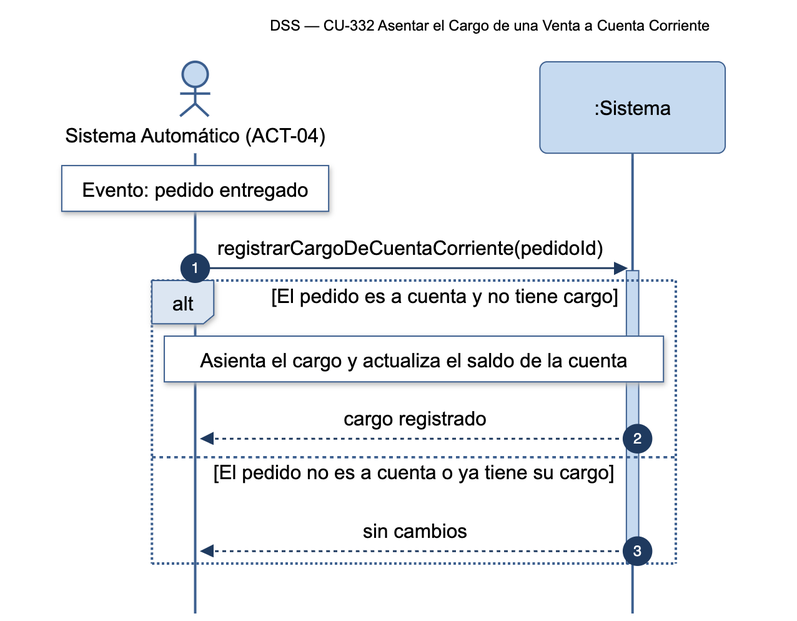
Before: diagramas/png/DSS_CU-332_Asentar-el-Cargo-de-una-Venta-a-Cuenta-Corriente.png, a diagram exported from Mermaid (Nahuelito-Dev/splg-docs). Its source is kept beside it as diagramas/DSS_CU-332_Asentar-el-Cargo-de-una-Venta-a-Cuenta-Corriente.mmd. Source of this version:
```mermaid
sequenceDiagram
    title DSS — CU-332 Asentar el Cargo de una Venta a Cuenta Corriente
    autonumber
    actor SAU as Sistema Automático (ACT-04)
    participant SIS as :Sistema

    Note over SAU: Evento: pedido entregado
    SAU->>SIS: registrarCargoDeCuentaCorriente(pedidoId)
    activate SIS
    alt El pedido es a cuenta y no tiene cargo
        Note over SAU,SIS: Asienta el cargo y actualiza el saldo de la cuenta
        SIS-->>SAU: cargo registrado
    else El pedido no es a cuenta o ya tiene su cargo
        SIS-->>SAU: sin cambios
    end
    deactivate SIS
```
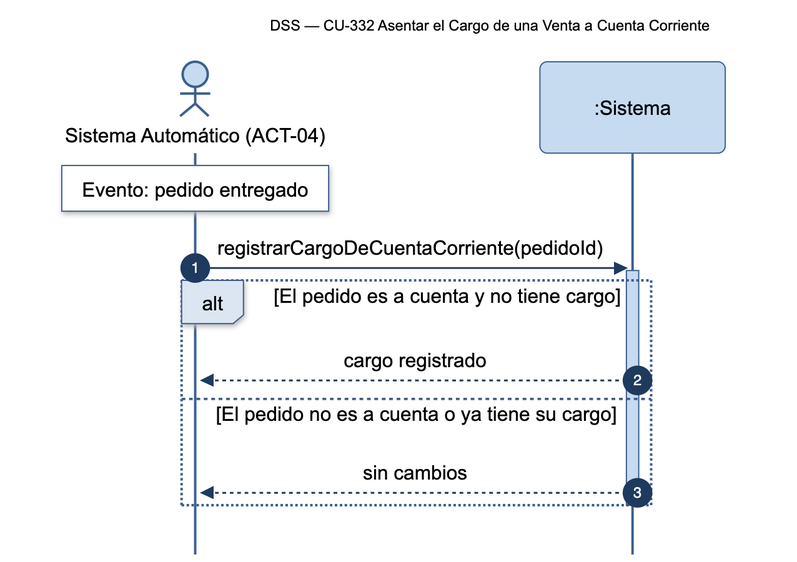
After the commit.

Diff of the diagram source:
```diff
@@ -8,7 +8,6 @@
     SAU->>SIS: registrarCargoDeCuentaCorriente(pedidoId)
     activate SIS
     alt El pedido es a cuenta y no tiene cargo
-        Note over SAU,SIS: Asienta el cargo y actualiza el saldo de la cuenta
         SIS-->>SAU: cargo registrado
     else El pedido no es a cuenta o ya tiene su cargo
         SIS-->>SAU: sin cambios
```
